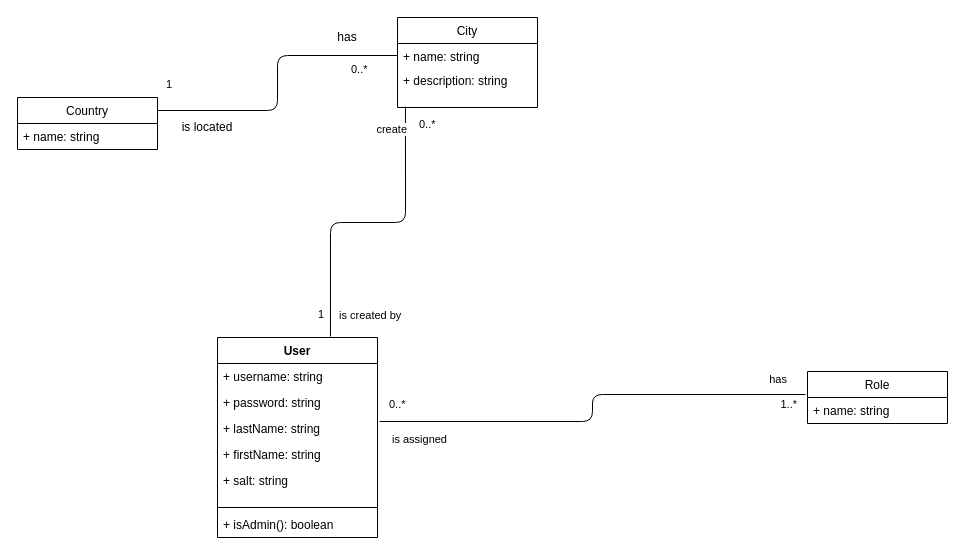
Earlier version of the draw.io diagram application/docs/Class Diagram.drawio (ndjokic85/flightadvisor). Source tidied: cells renumbered, new cells numbered last; positions are measured from the earlier drawing's top-left corner, leaving out a move shared by most shapes. Both pictures are drawn from the tidied source at 100%, with x=0, y=0 at pixel (17, 17).
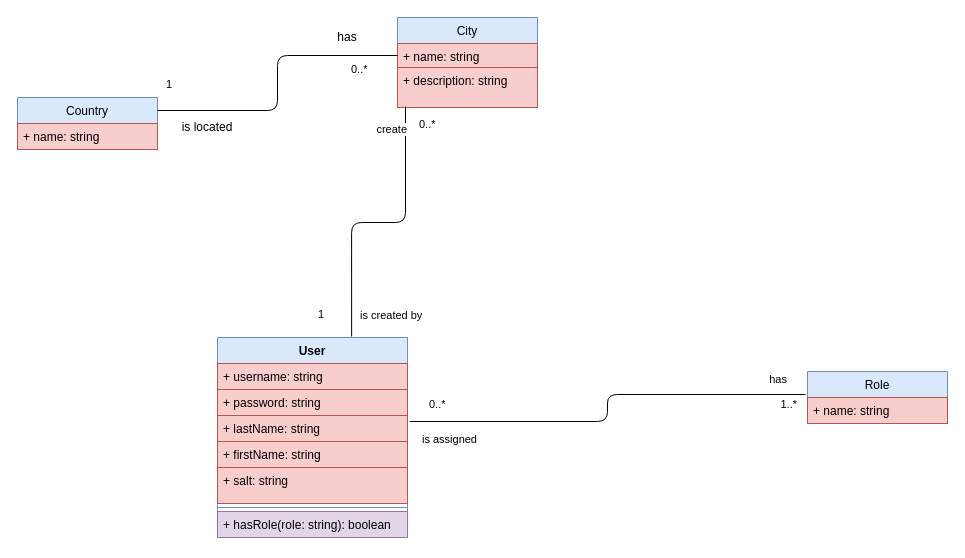
The same page after the edit.

Commit message (it also covers changes not shown here):
Export class diagram as png

The change refers to these unchanged cells:
```xml
<mxCell id="9" style="endArrow=none;html=1;edgeStyle=orthogonalEdgeStyle;entryX=-0.014;entryY=-0.115;entryDx=0;entryDy=0;entryPerimeter=0;exitX=1.013;exitY=1.231;exitDx=0;exitDy=0;exitPerimeter=0;" parent="1" edge="1" source="17" target="8">
  <mxGeometry relative="1" as="geometry" />
</mxCell>
```

Diff of the diagram source:
```diff
@@
-    <mxCell id="2" value="Country" style="swimlane;fontStyle=0;horizontal=1;startSize=26;fillColor=none;" parent="1" vertex="1">
+    <mxCell id="2" value="Country" style="swimlane;fontStyle=0;horizontal=1;startSize=26;fillColor=#dae8fc;strokeColor=#6c8ebf;" parent="1" vertex="1">
       <mxGeometry y="80" width="140" height="52" as="geometry" />
     </mxCell>
-    <mxCell id="3" value="+ name: string" style="text;strokeColor=none;fillColor=none;align=left;verticalAlign=top;spacingLeft=4;spacingRight=4;overflow=hidden;" parent="2" vertex="1">
+    <mxCell id="3" value="+ name: string" style="text;strokeColor=#b85450;fillColor=#f8cecc;align=left;verticalAlign=top;spacingLeft=4;spacingRight=4;overflow=hidden;" parent="2" vertex="1">
       <mxGeometry y="26" width="140" height="26" as="geometry" />
     </mxCell>
-    <mxCell id="4" value="City" style="swimlane;fontStyle=0;horizontal=1;startSize=26;fillColor=none;" parent="1" vertex="1">
+    <mxCell id="4" value="City" style="swimlane;fontStyle=0;horizontal=1;startSize=26;fillColor=#dae8fc;strokeColor=#6c8ebf;" parent="1" vertex="1">
       <mxGeometry x="380" width="140" height="90" as="geometry" />
     </mxCell>
-    <mxCell id="5" value="+ name: string" style="text;strokeColor=none;fillColor=none;align=left;verticalAlign=top;spacingLeft=4;spacingRight=4;overflow=hidden;points=[[0,0.5],[1,0.5]];portConstraint=eastwest;" parent="4" vertex="1">
+    <mxCell id="5" value="+ name: string" style="text;strokeColor=#b85450;fillColor=#f8cecc;align=left;verticalAlign=top;spacingLeft=4;spacingRight=4;overflow=hidden;points=[[0,0.5],[1,0.5]];portConstraint=eastwest;" parent="4" vertex="1">
       <mxGeometry y="26" width="140" height="24" as="geometry" />
     </mxCell>
-    <mxCell id="6" value="+ description: string" style="text;strokeColor=none;fillColor=none;align=left;verticalAlign=top;spacingLeft=4;spacingRight=4;overflow=hidden;points=[[0,0.5],[1,0.5]];portConstraint=eastwest;" parent="4" vertex="1">
+    <mxCell id="6" value="+ description: string" style="text;strokeColor=#b85450;fillColor=#f8cecc;align=left;verticalAlign=top;spacingLeft=4;spacingRight=4;overflow=hidden;points=[[0,0.5],[1,0.5]];portConstraint=eastwest;" parent="4" vertex="1">
       <mxGeometry y="50" width="140" height="40" as="geometry" />
     </mxCell>
-    <mxCell id="7" value="Role" style="swimlane;fontStyle=0;horizontal=1;startSize=26;fillColor=none;" parent="1" vertex="1">
+    <mxCell id="7" value="Role" style="swimlane;fontStyle=0;horizontal=1;startSize=26;fillColor=#dae8fc;strokeColor=#6c8ebf;" parent="1" vertex="1">
       <mxGeometry x="790" y="354" width="140" height="52" as="geometry" />
     </mxCell>
-    <mxCell id="8" value="+ name: string&#10;" style="text;strokeColor=none;fillColor=none;align=left;verticalAlign=top;spacingLeft=4;spacingRight=4;overflow=hidden;points=[[0,0.5],[1,0.5]];portConstraint=eastwest;" parent="7" vertex="1">
+    <mxCell id="8" value="+ name: string&#10;" style="text;strokeColor=#b85450;fillColor=#f8cecc;align=left;verticalAlign=top;spacingLeft=4;spacingRight=4;overflow=hidden;points=[[0,0.5],[1,0.5]];portConstraint=eastwest;" parent="7" vertex="1">
       <mxGeometry y="26" width="140" height="26" as="geometry" />
     </mxCell>
@@
     <mxCell id="10" value="0..*" style="edgeLabel;html=1;align=left;verticalAlign=bottom;" parent="9" vertex="1">
       <mxGeometry x="-1" relative="1" as="geometry">
-        <mxPoint x="7.9" y="-9" as="offset" />
+        <mxPoint x="17.5" y="-9" as="offset" />
       </mxGeometry>
     </mxCell>
@@
-    <mxCell id="15" value="User" style="swimlane;fontStyle=1;align=center;verticalAlign=top;horizontal=1;startSize=26;" parent="1" vertex="1">
-      <mxGeometry x="200" y="320" width="160" height="200" as="geometry" />
+    <mxCell id="15" value="User" style="swimlane;fontStyle=1;align=center;verticalAlign=top;horizontal=1;startSize=26;fillColor=#dae8fc;strokeColor=#6c8ebf;" parent="1" vertex="1">
+      <mxGeometry x="200" y="320" width="190" height="200" as="geometry" />
     </mxCell>
-    <mxCell id="16" value="+ username: string" style="text;strokeColor=none;fillColor=none;align=left;verticalAlign=top;spacingLeft=4;spacingRight=4;overflow=hidden;" parent="15" vertex="1">
-      <mxGeometry y="26" width="160" height="26" as="geometry" />
+    <mxCell id="16" value="+ username: string" style="text;strokeColor=#b85450;fillColor=#f8cecc;align=left;verticalAlign=top;spacingLeft=4;spacingRight=4;overflow=hidden;" parent="15" vertex="1">
+      <mxGeometry y="26" width="190" height="26" as="geometry" />
     </mxCell>
-    <mxCell id="17" value="+ password: string" style="text;strokeColor=none;fillColor=none;align=left;verticalAlign=top;spacingLeft=4;spacingRight=4;overflow=hidden;points=[[0,0.5],[1,0.5]];portConstraint=eastwest;" parent="15" vertex="1">
-      <mxGeometry y="52" width="160" height="26" as="geometry" />
+    <mxCell id="17" value="+ password: string" style="text;strokeColor=#b85450;fillColor=#f8cecc;align=left;verticalAlign=top;spacingLeft=4;spacingRight=4;overflow=hidden;points=[[0,0.5],[1,0.5]];portConstraint=eastwest;" parent="15" vertex="1">
+      <mxGeometry y="52" width="190" height="26" as="geometry" />
     </mxCell>
-    <mxCell id="18" value="+ lastName: string" style="text;strokeColor=none;fillColor=none;align=left;verticalAlign=top;spacingLeft=4;spacingRight=4;overflow=hidden;" parent="15" vertex="1">
-      <mxGeometry y="78" width="160" height="26" as="geometry" />
+    <mxCell id="18" value="+ lastName: string" style="text;strokeColor=#b85450;fillColor=#f8cecc;align=left;verticalAlign=top;spacingLeft=4;spacingRight=4;overflow=hidden;" parent="15" vertex="1">
+      <mxGeometry y="78" width="190" height="26" as="geometry" />
     </mxCell>
-    <mxCell id="19" value="+ firstName: string" style="text;strokeColor=none;fillColor=none;align=left;verticalAlign=top;spacingLeft=4;spacingRight=4;overflow=hidden;" parent="15" vertex="1">
-      <mxGeometry y="104" width="160" height="26" as="geometry" />
+    <mxCell id="19" value="+ firstName: string" style="text;strokeColor=#b85450;fillColor=#f8cecc;align=left;verticalAlign=top;spacingLeft=4;spacingRight=4;overflow=hidden;" parent="15" vertex="1">
+      <mxGeometry y="104" width="190" height="26" as="geometry" />
     </mxCell>
-    <mxCell id="20" value="+ salt: string" style="text;strokeColor=none;fillColor=none;align=left;verticalAlign=top;spacingLeft=4;spacingRight=4;overflow=hidden;" parent="15" vertex="1">
-      <mxGeometry y="130" width="160" height="36" as="geometry" />
+    <mxCell id="20" value="+ salt: string" style="text;strokeColor=#b85450;fillColor=#f8cecc;align=left;verticalAlign=top;spacingLeft=4;spacingRight=4;overflow=hidden;" parent="15" vertex="1">
+      <mxGeometry y="130" width="190" height="36" as="geometry" />
     </mxCell>
-    <mxCell id="21" style="line;strokeWidth=1;fillColor=none;align=left;verticalAlign=middle;spacingTop=-1;spacingLeft=3;spacingRight=3;labelPosition=right;" parent="15" vertex="1">
-      <mxGeometry y="166" width="160" height="8" as="geometry" />
+    <mxCell id="21" style="line;strokeWidth=1;fillColor=#dae8fc;align=left;verticalAlign=middle;spacingTop=-1;spacingLeft=3;spacingRight=3;labelPosition=right;strokeColor=#6c8ebf;" parent="15" vertex="1">
+      <mxGeometry y="166" width="190" height="8" as="geometry" />
     </mxCell>
-    <mxCell id="22" value="+ isAdmin(): boolean" style="text;strokeColor=none;fillColor=none;align=left;verticalAlign=top;spacingLeft=4;spacingRight=4;overflow=hidden;" parent="15" vertex="1">
-      <mxGeometry y="174" width="160" height="26" as="geometry" />
+    <mxCell id="22" value="+ hasRole(role: string): boolean" style="text;strokeColor=#9673a6;fillColor=#e1d5e7;align=left;verticalAlign=top;spacingLeft=4;spacingRight=4;overflow=hidden;" parent="15" vertex="1">
+      <mxGeometry y="174" width="190" height="26" as="geometry" />
     </mxCell>
@@
     <mxCell id="31" value="is assigned" style="edgeLabel;html=1;align=right;verticalAlign=bottom;" parent="1" vertex="1">
-      <mxGeometry x="430" y="430" as="geometry" />
+      <mxGeometry x="460" y="430" as="geometry" />
     </mxCell>
```
